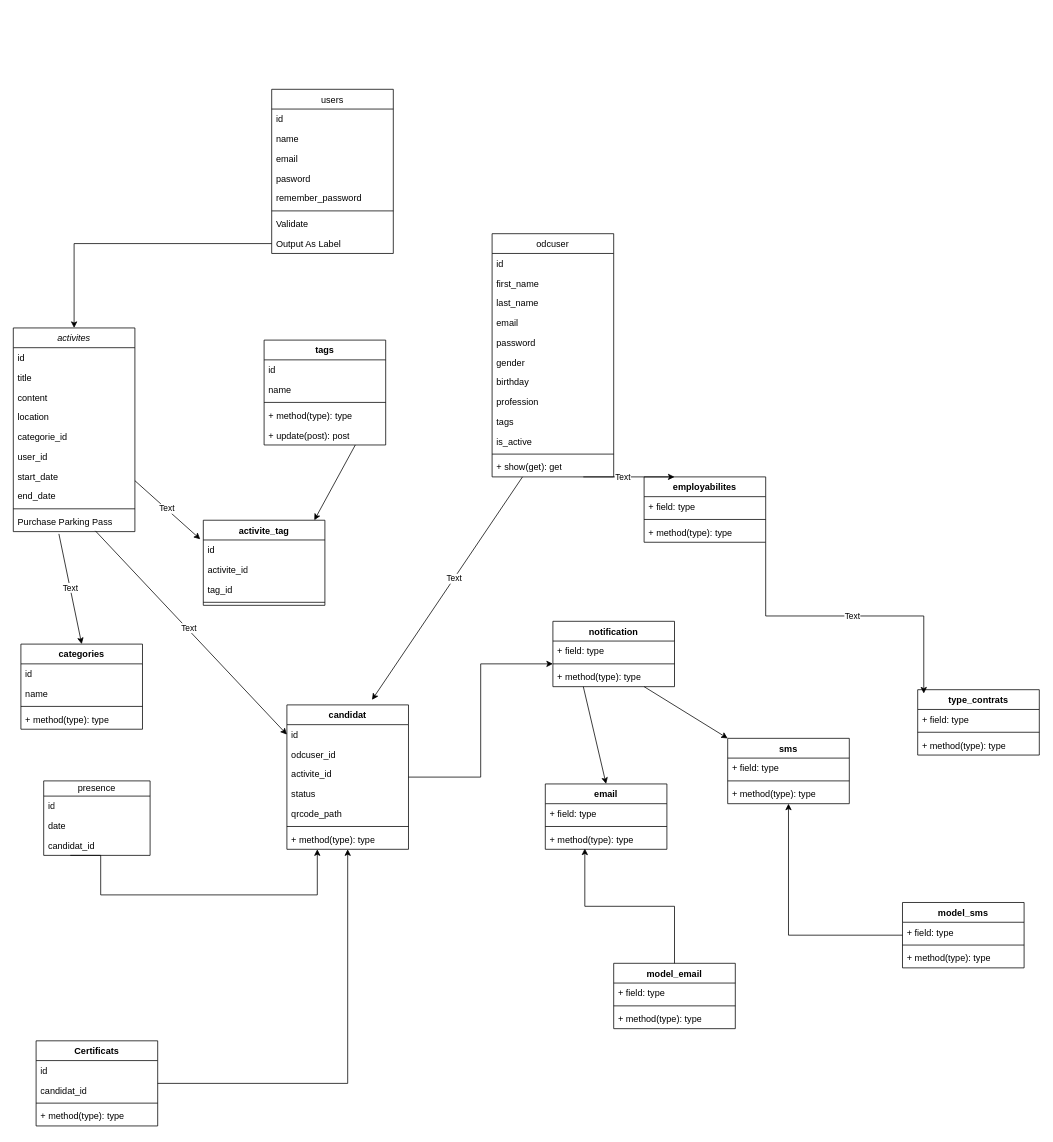
The draw.io diagram database/migrations/Diagramme sans nom.drawio in Mcleroi01/gestpro2024, before the edit. Source tidied: cells renumbered, new cells numbered last; positions are measured from the earlier drawing's top-left corner, leaving out a move shared by most shapes. Both pictures are drawn from the tidied source at 76%, with x=0, y=0 at pixel (13, 89).
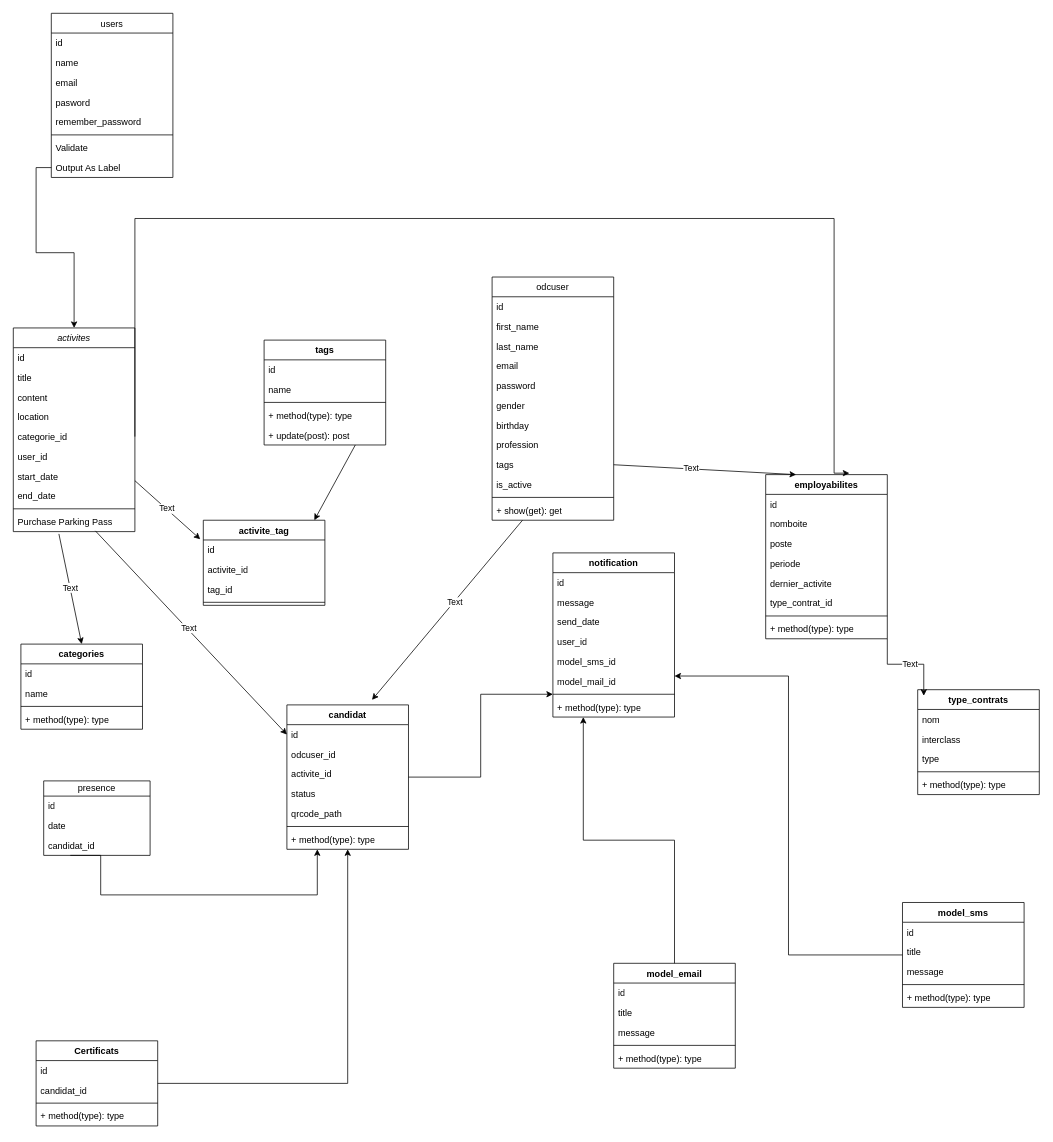
The same page after the edit.

Commit message (it also covers changes not shown here):
Mettre à jour Diagramme sans nom.drawio

Unchanged cells that the change refers to:
```xml
<mxCell id="7" value="categorie_id" style="text;align=left;verticalAlign=top;spacingLeft=4;spacingRight=4;overflow=hidden;points=[[0,0.5],[1,0.5]];portConstraint=eastwest;rounded=0;shadow=0;html=0;" parent="2" vertex="1">
  <mxGeometry y="130" width="160" height="26" as="geometry" />
</mxCell>
<mxCell id="22" value="tags" style="text;align=left;verticalAlign=top;spacingLeft=4;spacingRight=4;overflow=hidden;points=[[0,0.5],[1,0.5]];portConstraint=eastwest;rounded=0;shadow=0;html=0;" parent="13" vertex="1">
  <mxGeometry y="234" width="160" height="26" as="geometry" />
</mxCell>
```

The edit, as a diff of the source:
```diff
@@
     <mxCell id="13" value="odcuser" style="swimlane;fontStyle=0;align=center;verticalAlign=top;horizontal=1;startSize=26;rounded=0;shadow=0;strokeWidth=1;" parent="1" vertex="1">
-      <mxGeometry x="630" y="190" width="160" height="320" as="geometry" />
+      <mxGeometry x="630" y="247" width="160" height="320" as="geometry" />
     </mxCell>
@@
     <mxCell id="26" value="users" style="swimlane;fontStyle=0;align=center;verticalAlign=top;horizontal=1;startSize=26;rounded=0;shadow=0;strokeWidth=1;" parent="1" vertex="1">
-      <mxGeometry x="340" width="160" height="216" as="geometry" />
+      <mxGeometry x="50" y="-100" width="160" height="216" as="geometry" />
     </mxCell>
@@
     <mxCell id="74" value="notification" style="swimlane;fontStyle=1;align=center;verticalAlign=top;horizontal=1;startSize=26;whiteSpace=wrap;html=1;" parent="1" vertex="1">
-      <mxGeometry x="710" y="700" width="160" height="86" as="geometry" />
+      <mxGeometry x="710" y="610" width="160" height="216" as="geometry" />
     </mxCell>
-    <mxCell id="75" value="+ field: type" style="text;strokeColor=none;fillColor=none;align=left;verticalAlign=top;spacingLeft=4;spacingRight=4;overflow=hidden;whiteSpace=wrap;html=1;" parent="74" vertex="1">
+    <mxCell id="75" value="id" style="text;strokeColor=none;fillColor=none;align=left;verticalAlign=top;spacingLeft=4;spacingRight=4;overflow=hidden;whiteSpace=wrap;html=1;" parent="74" vertex="1">
       <mxGeometry y="26" width="160" height="26" as="geometry" />
     </mxCell>
+    <mxCell id="118" value="message" style="text;strokeColor=none;fillColor=none;align=left;verticalAlign=top;spacingLeft=4;spacingRight=4;overflow=hidden;whiteSpace=wrap;html=1;" parent="74" vertex="1">
+      <mxGeometry y="52" width="160" height="26" as="geometry" />
+    </mxCell>
+    <mxCell id="119" value="send_date" style="text;strokeColor=none;fillColor=none;align=left;verticalAlign=top;spacingLeft=4;spacingRight=4;overflow=hidden;whiteSpace=wrap;html=1;" parent="74" vertex="1">
+      <mxGeometry y="78" width="160" height="26" as="geometry" />
+    </mxCell>
+    <mxCell id="120" value="user_id" style="text;strokeColor=none;fillColor=none;align=left;verticalAlign=top;spacingLeft=4;spacingRight=4;overflow=hidden;whiteSpace=wrap;html=1;" parent="74" vertex="1">
+      <mxGeometry y="104" width="160" height="26" as="geometry" />
+    </mxCell>
+    <mxCell id="121" value="model_sms_id" style="text;strokeColor=none;fillColor=none;align=left;verticalAlign=top;spacingLeft=4;spacingRight=4;overflow=hidden;whiteSpace=wrap;html=1;" parent="74" vertex="1">
+      <mxGeometry y="130" width="160" height="26" as="geometry" />
+    </mxCell>
+    <mxCell id="122" value="model_mail_id" style="text;strokeColor=none;fillColor=none;align=left;verticalAlign=top;spacingLeft=4;spacingRight=4;overflow=hidden;whiteSpace=wrap;html=1;" parent="74" vertex="1">
+      <mxGeometry y="156" width="160" height="26" as="geometry" />
+    </mxCell>
     <mxCell id="76" style="line;strokeWidth=1;fillColor=none;align=left;verticalAlign=middle;spacingTop=-1;spacingLeft=3;spacingRight=3;labelPosition=right;points=[];portConstraint=eastwest;strokeColor=inherit;" parent="74" vertex="1">
-      <mxGeometry y="52" width="160" height="8" as="geometry" />
+      <mxGeometry y="182" width="160" height="8" as="geometry" />
     </mxCell>
     <mxCell id="77" value="+ method(type): type" style="text;strokeColor=none;fillColor=none;align=left;verticalAlign=top;spacingLeft=4;spacingRight=4;overflow=hidden;whiteSpace=wrap;html=1;" parent="74" vertex="1">
-      <mxGeometry y="60" width="160" height="26" as="geometry" />
+      <mxGeometry y="190" width="160" height="26" as="geometry" />
     </mxCell>
-    <mxCell id="78" value="email" style="swimlane;fontStyle=1;align=center;verticalAlign=top;horizontal=1;startSize=26;whiteSpace=wrap;html=1;" parent="1" vertex="1">
-      <mxGeometry x="700" y="914" width="160" height="86" as="geometry" />
-    </mxCell>
-    <mxCell id="79" value="+ field: type" style="text;strokeColor=none;fillColor=none;align=left;verticalAlign=top;spacingLeft=4;spacingRight=4;overflow=hidden;whiteSpace=wrap;html=1;" parent="78" vertex="1">
-      <mxGeometry y="26" width="160" height="26" as="geometry" />
-    </mxCell>
-    <mxCell id="80" style="line;strokeWidth=1;fillColor=none;align=left;verticalAlign=middle;spacingTop=-1;spacingLeft=3;spacingRight=3;labelPosition=right;strokeColor=inherit;" parent="78" vertex="1">
-      <mxGeometry y="52" width="160" height="8" as="geometry" />
-    </mxCell>
-    <mxCell id="81" value="+ method(type): type" style="text;strokeColor=none;fillColor=none;align=left;verticalAlign=top;spacingLeft=4;spacingRight=4;overflow=hidden;points=[[0,0.5],[1,0.5]];portConstraint=eastwest;whiteSpace=wrap;html=1;" parent="78" vertex="1">
-      <mxGeometry y="60" width="160" height="26" as="geometry" />
-    </mxCell>
-    <mxCell id="82" value="sms" style="swimlane;fontStyle=1;align=center;verticalAlign=top;horizontal=1;startSize=26;whiteSpace=wrap;html=1;" parent="1" vertex="1">
-      <mxGeometry x="940" y="854" width="160" height="86" as="geometry" />
-    </mxCell>
-    <mxCell id="83" value="+ field: type" style="text;strokeColor=none;fillColor=none;align=left;verticalAlign=top;spacingLeft=4;spacingRight=4;overflow=hidden;whiteSpace=wrap;html=1;" parent="82" vertex="1">
-      <mxGeometry y="26" width="160" height="26" as="geometry" />
-    </mxCell>
-    <mxCell id="84" style="line;strokeWidth=1;fillColor=none;align=left;verticalAlign=middle;spacingTop=-1;spacingLeft=3;spacingRight=3;labelPosition=right;strokeColor=inherit;" parent="82" vertex="1">
-      <mxGeometry y="52" width="160" height="8" as="geometry" />
-    </mxCell>
-    <mxCell id="85" value="+ method(type): type" style="text;strokeColor=none;fillColor=none;align=left;verticalAlign=top;spacingLeft=4;spacingRight=4;overflow=hidden;whiteSpace=wrap;html=1;" parent="82" vertex="1">
-      <mxGeometry y="60" width="160" height="26" as="geometry" />
-    </mxCell>
-    <mxCell id="86" style="endArrow=classic;html=1;rounded=0;exitX=0.25;exitY=1;exitDx=0;exitDy=0;entryX=0.5;entryY=0;entryDx=0;entryDy=0;" parent="1" edge="1" source="74" target="78">
-      <mxGeometry relative="1" as="geometry" />
-    </mxCell>
-    <mxCell id="87" style="endArrow=classic;html=1;rounded=0;exitX=0.75;exitY=1;exitDx=0;exitDy=0;entryX=0;entryY=0;entryDx=0;entryDy=0;" parent="1" edge="1" source="74" target="82">
-      <mxGeometry relative="1" as="geometry" />
-    </mxCell>
     <mxCell id="88" value="employabilites" style="swimlane;fontStyle=1;align=center;verticalAlign=top;horizontal=1;startSize=26;whiteSpace=wrap;html=1;" parent="1" vertex="1">
-      <mxGeometry x="830" y="510" width="160" height="86" as="geometry" />
+      <mxGeometry x="990" y="507" width="160" height="216" as="geometry" />
     </mxCell>
+    <mxCell id="123" value="id" style="text;strokeColor=none;fillColor=none;align=left;verticalAlign=top;spacingLeft=4;spacingRight=4;overflow=hidden;whiteSpace=wrap;html=1;" parent="88" vertex="1">
+      <mxGeometry y="26" width="160" height="26" as="geometry" />
+    </mxCell>
+    <mxCell id="124" value="nomboite" style="text;strokeColor=none;fillColor=none;align=left;verticalAlign=top;spacingLeft=4;spacingRight=4;overflow=hidden;whiteSpace=wrap;html=1;" parent="88" vertex="1">
+      <mxGeometry y="52" width="160" height="26" as="geometry" />
+    </mxCell>
+    <mxCell id="125" value="poste" style="text;strokeColor=none;fillColor=none;align=left;verticalAlign=top;spacingLeft=4;spacingRight=4;overflow=hidden;whiteSpace=wrap;html=1;" parent="88" vertex="1">
+      <mxGeometry y="78" width="160" height="26" as="geometry" />
+    </mxCell>
+    <mxCell id="126" value="periode" style="text;strokeColor=none;fillColor=none;align=left;verticalAlign=top;spacingLeft=4;spacingRight=4;overflow=hidden;whiteSpace=wrap;html=1;" parent="88" vertex="1">
+      <mxGeometry y="104" width="160" height="26" as="geometry" />
+    </mxCell>
+    <mxCell id="127" value="dernier_activite" style="text;strokeColor=none;fillColor=none;align=left;verticalAlign=top;spacingLeft=4;spacingRight=4;overflow=hidden;whiteSpace=wrap;html=1;" parent="88" vertex="1">
+      <mxGeometry y="130" width="160" height="26" as="geometry" />
+    </mxCell>
-    <mxCell id="89" value="+ field: type" style="text;strokeColor=none;fillColor=none;align=left;verticalAlign=top;spacingLeft=4;spacingRight=4;overflow=hidden;whiteSpace=wrap;html=1;" parent="88" vertex="1">
-      <mxGeometry y="26" width="160" height="26" as="geometry" />
+    <mxCell id="89" value="type_contrat_id" style="text;strokeColor=none;fillColor=none;align=left;verticalAlign=top;spacingLeft=4;spacingRight=4;overflow=hidden;whiteSpace=wrap;html=1;" parent="88" vertex="1">
+      <mxGeometry y="156" width="160" height="26" as="geometry" />
     </mxCell>
     <mxCell id="90" style="line;strokeWidth=1;fillColor=none;align=left;verticalAlign=middle;spacingTop=-1;spacingLeft=3;spacingRight=3;labelPosition=right;strokeColor=inherit;" parent="88" vertex="1">
-      <mxGeometry y="52" width="160" height="8" as="geometry" />
+      <mxGeometry y="182" width="160" height="8" as="geometry" />
     </mxCell>
     <mxCell id="91" value="+ method(type): type" style="text;strokeColor=none;fillColor=none;align=left;verticalAlign=top;spacingLeft=4;spacingRight=4;overflow=hidden;whiteSpace=wrap;html=1;" parent="88" vertex="1">
-      <mxGeometry y="60" width="160" height="26" as="geometry" />
+      <mxGeometry y="190" width="160" height="26" as="geometry" />
     </mxCell>
-    <mxCell id="92" style="endArrow=classic;html=1;rounded=0;exitX=0.75;exitY=1;exitDx=0;exitDy=0;entryX=0.25;entryY=0;entryDx=0;entryDy=0;" parent="1" edge="1" source="13" target="88">
+    <mxCell id="92" style="endArrow=classic;html=1;rounded=0;exitX=1;exitY=0.5;exitDx=0;exitDy=0;entryX=0.25;entryY=0;entryDx=0;entryDy=0;" parent="1" edge="1" source="22" target="88">
       <mxGeometry relative="1" as="geometry" />
     </mxCell>
@@
     <mxCell id="94" value="&lt;div&gt;type_contrats&lt;/div&gt;&lt;div&gt;&lt;br&gt;&lt;/div&gt;" style="swimlane;fontStyle=1;align=center;verticalAlign=top;horizontal=1;startSize=26;whiteSpace=wrap;html=1;" parent="1" vertex="1">
-      <mxGeometry x="1190" y="790" width="160" height="86" as="geometry" />
+      <mxGeometry x="1190" y="790" width="160" height="138" as="geometry" />
     </mxCell>
-    <mxCell id="95" value="+ field: type" style="text;strokeColor=none;fillColor=none;align=left;verticalAlign=top;spacingLeft=4;spacingRight=4;overflow=hidden;whiteSpace=wrap;html=1;" parent="94" vertex="1">
+    <mxCell id="95" value="nom" style="text;strokeColor=none;fillColor=none;align=left;verticalAlign=top;spacingLeft=4;spacingRight=4;overflow=hidden;whiteSpace=wrap;html=1;" parent="94" vertex="1">
       <mxGeometry y="26" width="160" height="26" as="geometry" />
     </mxCell>
+    <mxCell id="128" value="interclass" style="text;strokeColor=none;fillColor=none;align=left;verticalAlign=top;spacingLeft=4;spacingRight=4;overflow=hidden;whiteSpace=wrap;html=1;" parent="94" vertex="1">
+      <mxGeometry y="52" width="160" height="26" as="geometry" />
+    </mxCell>
+    <mxCell id="129" value="type" style="text;strokeColor=none;fillColor=none;align=left;verticalAlign=top;spacingLeft=4;spacingRight=4;overflow=hidden;whiteSpace=wrap;html=1;" parent="94" vertex="1">
+      <mxGeometry y="78" width="160" height="26" as="geometry" />
+    </mxCell>
     <mxCell id="96" style="line;strokeWidth=1;fillColor=none;align=left;verticalAlign=middle;spacingTop=-1;spacingLeft=3;spacingRight=3;labelPosition=right;strokeColor=inherit;" parent="94" vertex="1">
-      <mxGeometry y="52" width="160" height="8" as="geometry" />
+      <mxGeometry y="104" width="160" height="8" as="geometry" />
     </mxCell>
     <mxCell id="97" value="+ method(type): type" style="text;strokeColor=none;fillColor=none;align=left;verticalAlign=top;spacingLeft=4;spacingRight=4;overflow=hidden;whiteSpace=wrap;html=1;" parent="94" vertex="1">
-      <mxGeometry y="60" width="160" height="26" as="geometry" />
+      <mxGeometry y="112" width="160" height="26" as="geometry" />
     </mxCell>
@@
     <mxCell id="107" value="model_email" style="swimlane;fontStyle=1;align=center;verticalAlign=top;horizontal=1;startSize=26;whiteSpace=wrap;html=1;" parent="1" vertex="1">
-      <mxGeometry x="790" y="1150" width="160" height="86" as="geometry" />
+      <mxGeometry x="790" y="1150" width="160" height="138" as="geometry" />
     </mxCell>
-    <mxCell id="108" value="+ field: type" style="text;strokeColor=none;fillColor=none;align=left;verticalAlign=top;spacingLeft=4;spacingRight=4;overflow=hidden;whiteSpace=wrap;html=1;" parent="107" vertex="1">
+    <mxCell id="108" value="id" style="text;strokeColor=none;fillColor=none;align=left;verticalAlign=top;spacingLeft=4;spacingRight=4;overflow=hidden;whiteSpace=wrap;html=1;" parent="107" vertex="1">
       <mxGeometry y="26" width="160" height="26" as="geometry" />
     </mxCell>
+    <mxCell id="130" value="title" style="text;strokeColor=none;fillColor=none;align=left;verticalAlign=top;spacingLeft=4;spacingRight=4;overflow=hidden;whiteSpace=wrap;html=1;" parent="107" vertex="1">
+      <mxGeometry y="52" width="160" height="26" as="geometry" />
+    </mxCell>
+    <mxCell id="131" value="message" style="text;strokeColor=none;fillColor=none;align=left;verticalAlign=top;spacingLeft=4;spacingRight=4;overflow=hidden;whiteSpace=wrap;html=1;" parent="107" vertex="1">
+      <mxGeometry y="78" width="160" height="26" as="geometry" />
+    </mxCell>
     <mxCell id="109" style="line;strokeWidth=1;fillColor=none;align=left;verticalAlign=middle;spacingTop=-1;spacingLeft=3;spacingRight=3;labelPosition=right;strokeColor=inherit;" parent="107" vertex="1">
-      <mxGeometry y="52" width="160" height="8" as="geometry" />
+      <mxGeometry y="104" width="160" height="8" as="geometry" />
     </mxCell>
     <mxCell id="110" value="+ method(type): type" style="text;strokeColor=none;fillColor=none;align=left;verticalAlign=top;spacingLeft=4;spacingRight=4;overflow=hidden;whiteSpace=wrap;html=1;" parent="107" vertex="1">
-      <mxGeometry y="60" width="160" height="26" as="geometry" />
+      <mxGeometry y="112" width="160" height="26" as="geometry" />
     </mxCell>
-    <mxCell id="111" style="edgeStyle=orthogonalEdgeStyle;rounded=0;jettySize=auto;html=1;entryX=0.5;entryY=1;entryDx=0;entryDy=0;" parent="1" edge="1" source="112" target="82">
+    <mxCell id="111" style="edgeStyle=orthogonalEdgeStyle;rounded=0;jettySize=auto;html=1;entryX=1;entryY=0.75;entryDx=0;entryDy=0;" parent="1" edge="1" source="112" target="74">
       <mxGeometry relative="1" as="geometry" />
     </mxCell>
     <mxCell id="112" value="&lt;div&gt;model_sms&lt;/div&gt;&lt;div&gt;&lt;br&gt;&lt;/div&gt;" style="swimlane;fontStyle=1;align=center;verticalAlign=top;horizontal=1;startSize=26;whiteSpace=wrap;html=1;" parent="1" vertex="1">
-      <mxGeometry x="1170" y="1070" width="160" height="86" as="geometry" />
+      <mxGeometry x="1170" y="1070" width="160" height="138" as="geometry" />
     </mxCell>
-    <mxCell id="113" value="+ field: type" style="text;strokeColor=none;fillColor=none;align=left;verticalAlign=top;spacingLeft=4;spacingRight=4;overflow=hidden;whiteSpace=wrap;html=1;" parent="112" vertex="1">
+    <mxCell id="113" value="&lt;div&gt;id&lt;/div&gt;&lt;div&gt;&lt;br&gt;&lt;/div&gt;" style="text;strokeColor=none;fillColor=none;align=left;verticalAlign=top;spacingLeft=4;spacingRight=4;overflow=hidden;whiteSpace=wrap;html=1;" parent="112" vertex="1">
       <mxGeometry y="26" width="160" height="26" as="geometry" />
     </mxCell>
+    <mxCell id="132" value="title" style="text;strokeColor=none;fillColor=none;align=left;verticalAlign=top;spacingLeft=4;spacingRight=4;overflow=hidden;whiteSpace=wrap;html=1;" parent="112" vertex="1">
+      <mxGeometry y="52" width="160" height="26" as="geometry" />
+    </mxCell>
+    <mxCell id="133" value="message" style="text;strokeColor=none;fillColor=none;align=left;verticalAlign=top;spacingLeft=4;spacingRight=4;overflow=hidden;whiteSpace=wrap;html=1;" parent="112" vertex="1">
+      <mxGeometry y="78" width="160" height="26" as="geometry" />
+    </mxCell>
     <mxCell id="114" style="line;strokeWidth=1;fillColor=none;align=left;verticalAlign=middle;spacingTop=-1;spacingLeft=3;spacingRight=3;labelPosition=right;strokeColor=inherit;" parent="112" vertex="1">
-      <mxGeometry y="52" width="160" height="8" as="geometry" />
+      <mxGeometry y="104" width="160" height="8" as="geometry" />
     </mxCell>
     <mxCell id="115" value="+ method(type): type" style="text;strokeColor=none;fillColor=none;align=left;verticalAlign=top;spacingLeft=4;spacingRight=4;overflow=hidden;whiteSpace=wrap;html=1;" parent="112" vertex="1">
-      <mxGeometry y="60" width="160" height="26" as="geometry" />
+      <mxGeometry y="112" width="160" height="26" as="geometry" />
     </mxCell>
-    <mxCell id="116" style="edgeStyle=orthogonalEdgeStyle;rounded=0;jettySize=auto;html=1;exitX=0.5;exitY=0;exitDx=0;exitDy=0;entryX=0.325;entryY=0.962;entryDx=0;entryDy=0;entryPerimeter=0;" parent="1" edge="1" source="107" target="81">
+    <mxCell id="116" style="edgeStyle=orthogonalEdgeStyle;rounded=0;jettySize=auto;html=1;exitX=0.5;exitY=0;exitDx=0;exitDy=0;entryX=0.25;entryY=1;entryDx=0;entryDy=0;" parent="1" edge="1" source="107" target="74">
       <mxGeometry relative="1" as="geometry" />
     </mxCell>
@@
+    <mxCell id="134" style="edgeStyle=orthogonalEdgeStyle;rounded=0;jettySize=auto;html=1;exitX=1;exitY=0.5;exitDx=0;exitDy=0;entryX=0.688;entryY=-0.009;entryDx=0;entryDy=0;entryPerimeter=0;" parent="1" edge="1" source="7" target="88">
+      <mxGeometry relative="1" as="geometry">
+        <Array as="points">
+          <mxPoint x="160" y="170" />
+          <mxPoint x="1080" y="170" />
+        </Array>
+      </mxGeometry>
+    </mxCell>
```
